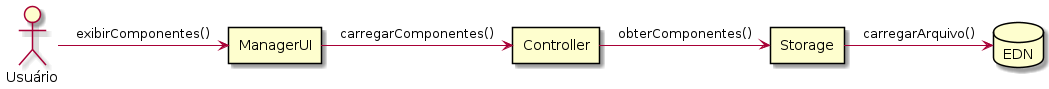
The PlantUML diagram Artefatos/Diagramas/Comunicação/C06.png in ICEI-PUC-Minas-PPLES-TI/plf-es-2022-1-tcci-5308100-dev-marlon-silva, before a commit.
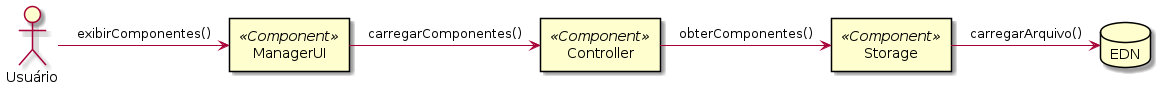
After the commit.

Diff of the diagram source:
```diff
@@ -1,9 +1,9 @@
 @startuml c06
 
 actor "Usuário" as usr
-rectangle "ManagerUI" as mui
-rectangle "Controller" as ctrl
-rectangle "Storage" as str
+rectangle "ManagerUI" as mui <<Component>>
+rectangle "Controller" as ctrl <<Component>>
+rectangle "Storage" as str <<Component>>
 database "EDN" as edn
 
 usr -> mui: exibirComponentes()
```
